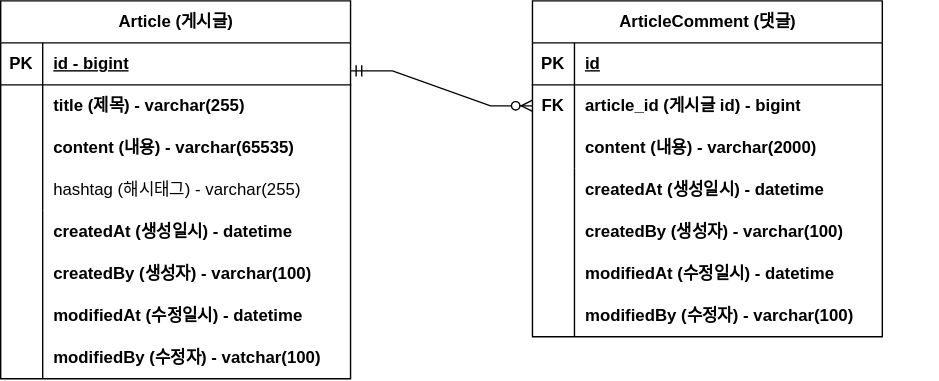
The draw.io diagram document/forum-erd.svg in rivercity310/forum, before a commit. Source tidied: cells renumbered, new cells last; positions are measured from the earlier drawing's top-left corner, leaving out a move shared by most shapes.
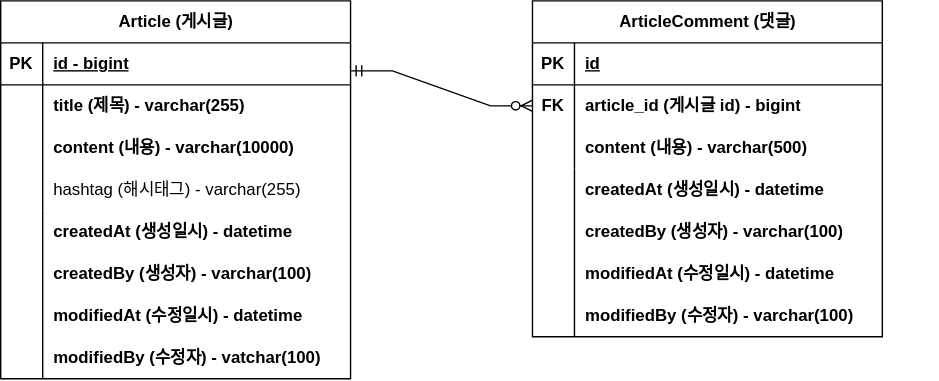
After the commit.

Commit message:
#9 - ERD 업데이트: content 사이즈 변경

The edit, as a diff of the source:
```diff
@@ -29,7 +29,7 @@
     <mxCell id="10" style="shape=partialRectangle;fillColor=none;top=0;left=0;bottom=0;right=0;overflow=hidden;whiteSpace=wrap;html=1;" parent="9" vertex="1">
       <mxGeometry width="30" height="30" as="geometry" />
     </mxCell>
-    <mxCell id="11" value="content (내용) - varchar(65535)" style="shape=partialRectangle;fillColor=none;top=0;left=0;bottom=0;right=0;align=left;spacingLeft=6;overflow=hidden;whiteSpace=wrap;html=1;fontStyle=1;" parent="9" vertex="1">
+    <mxCell id="11" value="content (내용) - varchar(10000)" style="shape=partialRectangle;fillColor=none;top=0;left=0;bottom=0;right=0;align=left;spacingLeft=6;overflow=hidden;whiteSpace=wrap;html=1;fontStyle=1;" parent="9" vertex="1">
       <mxGeometry x="30" width="220" height="30" as="geometry" />
     </mxCell>
     <mxCell id="12" style="shape=tableRow;horizontal=0;startSize=0;swimlaneHead=0;swimlaneBody=0;fillColor=none;top=0;left=0;right=0;bottom=0;" parent="2" vertex="1">
@@ -86,7 +86,7 @@
     <mxCell id="28" style="shape=partialRectangle;fillColor=none;top=0;left=0;bottom=0;right=0;overflow=hidden;whiteSpace=wrap;html=1;" parent="27" vertex="1">
       <mxGeometry width="30" height="30" as="geometry" />
     </mxCell>
-    <mxCell id="29" value="content (내용) - varchar(2000)" style="shape=partialRectangle;fillColor=none;top=0;left=0;bottom=0;right=0;align=left;spacingLeft=6;overflow=hidden;whiteSpace=wrap;html=1;fontStyle=1;" parent="27" vertex="1">
+    <mxCell id="29" value="content (내용) - varchar(500)" style="shape=partialRectangle;fillColor=none;top=0;left=0;bottom=0;right=0;align=left;spacingLeft=6;overflow=hidden;whiteSpace=wrap;html=1;fontStyle=1;" parent="27" vertex="1">
       <mxGeometry x="30" width="220" height="30" as="geometry" />
     </mxCell>
     <mxCell id="30" style="edgeStyle=entityRelationEdgeStyle;fontSize=12;html=1;endArrow=ERzeroToMany;startArrow=ERmandOne;rounded=0;entryX=0;entryY=0.5;entryDx=0;entryDy=0;" parent="1" edge="1" target="24">
```
